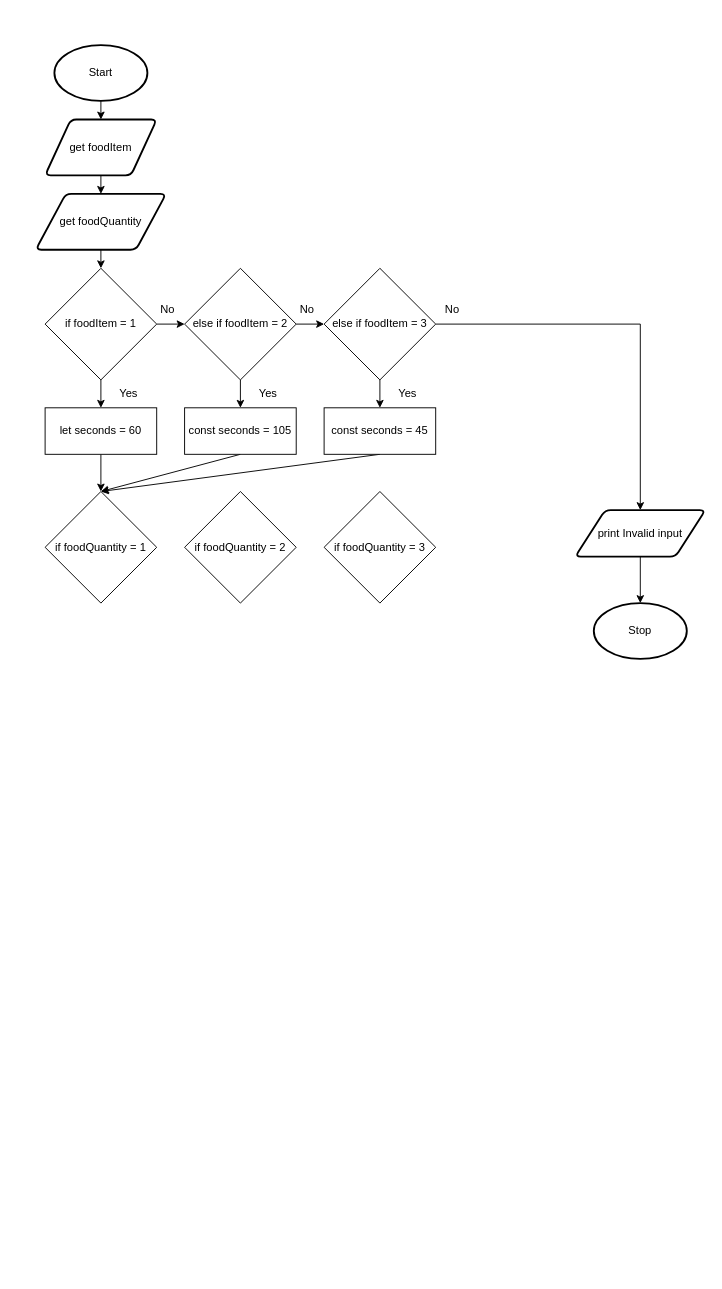
The draw.io diagram drawio/flowchart.drawio in Aidan-Lalonde-Novales/ics4u-unit-1-03-typescript, before the edit. Source tidied: cells renumbered, new cells numbered last; positions are measured from the earlier drawing's top-left corner, leaving out a move shared by most shapes. Both pictures are drawn from the tidied source at 93%, with x=0, y=0 at pixel (35, 45).
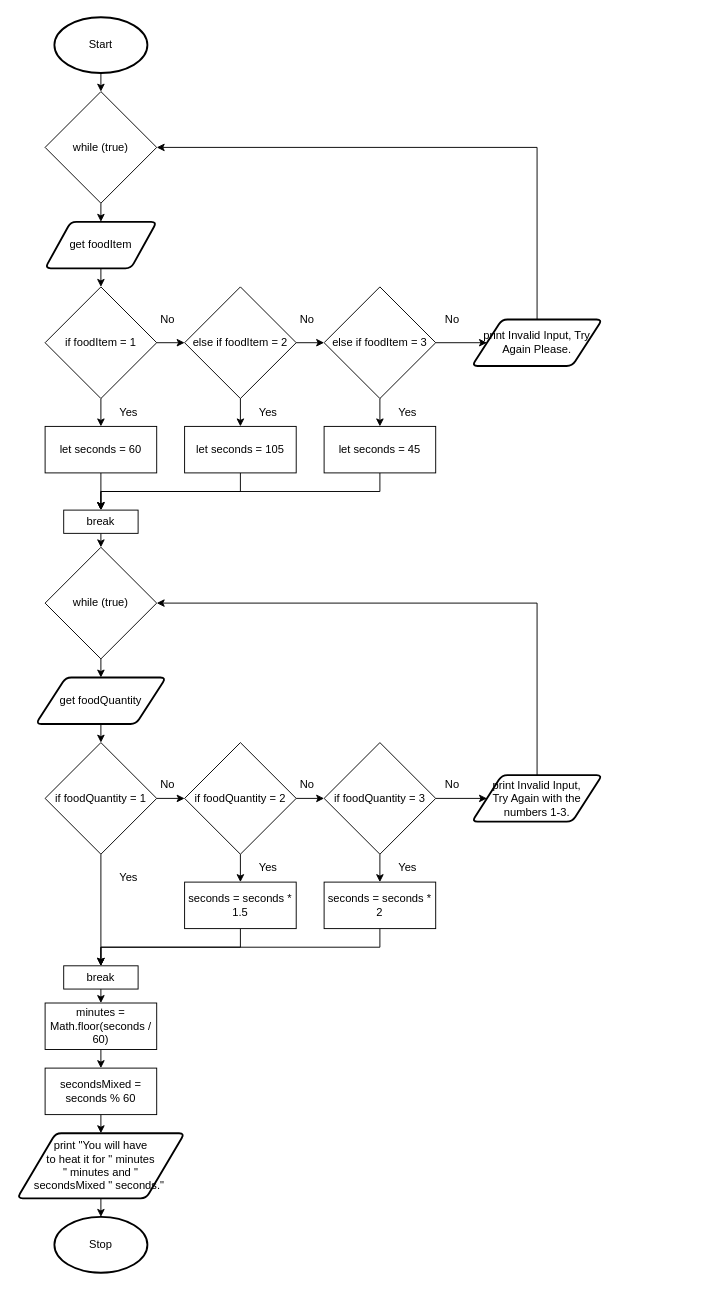
After the change.

Commit message (it also covers changes not shown here):
HOLY MACREL!

Diff of the diagram source:
```diff
@@
-    <mxCell id="2" style="edgeStyle=none;html=1;exitX=0.5;exitY=1;exitDx=0;exitDy=0;exitPerimeter=0;entryX=0.5;entryY=0;entryDx=0;entryDy=0;" parent="1" edge="1" source="3" target="5">
-      <mxGeometry relative="1" as="geometry" />
-    </mxCell>
+    <mxCell id="36" style="edgeStyle=none;html=1;exitX=0.5;exitY=1;exitDx=0;exitDy=0;exitPerimeter=0;entryX=0.5;entryY=0;entryDx=0;entryDy=0;" parent="1" edge="1" source="3" target="51">
+      <mxGeometry relative="1" as="geometry" />
+    </mxCell>
     <mxCell id="3" value="Start" style="strokeWidth=2;html=1;shape=mxgraph.flowchart.start_1;whiteSpace=wrap;" parent="1" vertex="1">
-      <mxGeometry x="20" width="100" height="60" as="geometry" />
+      <mxGeometry x="20" y="-30" width="100" height="60" as="geometry" />
     </mxCell>
-    <mxCell id="4" style="edgeStyle=none;html=1;exitX=0.5;exitY=1;exitDx=0;exitDy=0;entryX=0.5;entryY=0;entryDx=0;entryDy=0;" parent="1" edge="1" source="5" target="13">
-      <mxGeometry relative="1" as="geometry" />
-    </mxCell>
+    <mxCell id="37" style="edgeStyle=none;html=1;exitX=0.5;exitY=1;exitDx=0;exitDy=0;entryX=0.5;entryY=0;entryDx=0;entryDy=0;" parent="1" edge="1" source="5" target="9">
+      <mxGeometry relative="1" as="geometry" />
+    </mxCell>
     <mxCell id="5" value="get foodItem" style="shape=parallelogram;html=1;strokeWidth=2;perimeter=parallelogramPerimeter;whiteSpace=wrap;rounded=1;arcSize=12;size=0.23;" parent="1" vertex="1">
-      <mxGeometry x="10" y="80" width="120" height="60" as="geometry" />
+      <mxGeometry x="10" y="190" width="120" height="50" as="geometry" />
     </mxCell>
     <mxCell id="6" value="Stop" style="strokeWidth=2;html=1;shape=mxgraph.flowchart.start_1;whiteSpace=wrap;" parent="1" vertex="1">
-      <mxGeometry x="600" y="600" width="100" height="60" as="geometry" />
+      <mxGeometry x="20" y="1260" width="100" height="60" as="geometry" />
     </mxCell>
@@
     <mxCell id="9" value="if foodItem = 1" style="rhombus;whiteSpace=wrap;html=1;" parent="1" vertex="1">
-      <mxGeometry x="10" y="240" width="120" height="120" as="geometry" />
+      <mxGeometry x="10" y="260" width="120" height="120" as="geometry" />
     </mxCell>
     <mxCell id="10" value="Yes" style="text;html=1;strokeColor=none;fillColor=none;align=center;verticalAlign=middle;whiteSpace=wrap;rounded=0;" parent="1" vertex="1">
-      <mxGeometry x="80" y="360" width="40" height="30" as="geometry" />
+      <mxGeometry x="80" y="380" width="40" height="30" as="geometry" />
     </mxCell>
     <mxCell id="11" value="No" style="text;html=1;strokeColor=none;fillColor=none;align=center;verticalAlign=middle;whiteSpace=wrap;rounded=0;" parent="1" vertex="1">
-      <mxGeometry x="124" y="270" width="36" height="30" as="geometry" />
+      <mxGeometry x="124" y="280" width="36" height="30" as="geometry" />
     </mxCell>
-    <mxCell id="12" style="edgeStyle=none;html=1;exitX=0.5;exitY=1;exitDx=0;exitDy=0;entryX=0.5;entryY=0;entryDx=0;entryDy=0;" parent="1" edge="1" source="13" target="9">
-      <mxGeometry relative="1" as="geometry" />
-    </mxCell>
+    <mxCell id="38" style="edgeStyle=none;rounded=0;html=1;exitX=0.5;exitY=1;exitDx=0;exitDy=0;entryX=0.5;entryY=0;entryDx=0;entryDy=0;" parent="1" edge="1" source="13" target="33">
+      <mxGeometry relative="1" as="geometry" />
+    </mxCell>
     <mxCell id="13" value="get foodQuantity" style="shape=parallelogram;html=1;strokeWidth=2;perimeter=parallelogramPerimeter;whiteSpace=wrap;rounded=1;arcSize=12;size=0.23;" parent="1" vertex="1">
-      <mxGeometry y="160" width="140" height="60" as="geometry" />
+      <mxGeometry y="680" width="140" height="50" as="geometry" />
     </mxCell>
@@
     <mxCell id="15" value="else if foodItem = 2" style="rhombus;whiteSpace=wrap;html=1;" parent="1" vertex="1">
-      <mxGeometry x="160" y="240" width="120" height="120" as="geometry" />
+      <mxGeometry x="160" y="260" width="120" height="120" as="geometry" />
     </mxCell>
-    <mxCell id="16" style="edgeStyle=none;html=1;exitX=1;exitY=0.5;exitDx=0;exitDy=0;entryX=0.5;entryY=0;entryDx=0;entryDy=0;rounded=0;" parent="1" edge="1" source="17" target="19">
-      <mxGeometry relative="1" as="geometry">
-        <Array as="points">
-          <mxPoint x="650" y="300" />
-        </Array>
-      </mxGeometry>
+    <mxCell id="16" style="edgeStyle=none;html=1;exitX=1;exitY=0.5;exitDx=0;exitDy=0;entryX=0;entryY=0.5;entryDx=0;entryDy=0;" parent="1" edge="1" source="17" target="19">
+      <mxGeometry relative="1" as="geometry" />
     </mxCell>
     <mxCell id="17" value="else if foodItem = 3" style="rhombus;whiteSpace=wrap;html=1;" parent="1" vertex="1">
-      <mxGeometry x="310" y="240" width="120" height="120" as="geometry" />
+      <mxGeometry x="310" y="260" width="120" height="120" as="geometry" />
     </mxCell>
-    <mxCell id="18" style="edgeStyle=none;html=1;exitX=0.5;exitY=1;exitDx=0;exitDy=0;entryX=0.5;entryY=0;entryDx=0;entryDy=0;entryPerimeter=0;" parent="1" edge="1" source="19" target="6">
-      <mxGeometry relative="1" as="geometry" />
-    </mxCell>
+    <mxCell id="39" style="edgeStyle=none;html=1;exitX=0.5;exitY=0;exitDx=0;exitDy=0;entryX=1;entryY=0.5;entryDx=0;entryDy=0;rounded=0;" parent="1" edge="1" source="19" target="51">
+      <mxGeometry relative="1" as="geometry">
+        <Array as="points">
+          <mxPoint x="539" y="110" />
+        </Array>
+      </mxGeometry>
+    </mxCell>
-    <mxCell id="19" value="print Invalid input" style="shape=parallelogram;html=1;strokeWidth=2;perimeter=parallelogramPerimeter;whiteSpace=wrap;rounded=1;arcSize=12;size=0.23;" parent="1" vertex="1">
-      <mxGeometry x="580" y="500" width="140" height="50" as="geometry" />
+    <mxCell id="19" value="print Invalid Input, Try Again Please." style="shape=parallelogram;html=1;strokeWidth=2;perimeter=parallelogramPerimeter;whiteSpace=wrap;rounded=1;arcSize=12;size=0.23;" parent="1" vertex="1">
+      <mxGeometry x="469" y="295" width="140" height="50" as="geometry" />
     </mxCell>
     <mxCell id="20" value="No" style="text;html=1;strokeColor=none;fillColor=none;align=center;verticalAlign=middle;whiteSpace=wrap;rounded=0;" parent="1" vertex="1">
-      <mxGeometry x="274" y="270" width="36" height="30" as="geometry" />
+      <mxGeometry x="274" y="280" width="36" height="30" as="geometry" />
     </mxCell>
     <mxCell id="21" value="No" style="text;html=1;strokeColor=none;fillColor=none;align=center;verticalAlign=middle;whiteSpace=wrap;rounded=0;" parent="1" vertex="1">
-      <mxGeometry x="430" y="270" width="36" height="30" as="geometry" />
+      <mxGeometry x="430" y="280" width="36" height="30" as="geometry" />
     </mxCell>
-    <mxCell id="22" style="edgeStyle=none;rounded=0;html=1;exitX=0.5;exitY=1;exitDx=0;exitDy=0;entryX=0.5;entryY=0;entryDx=0;entryDy=0;" parent="1" edge="1" source="23" target="33">
-      <mxGeometry relative="1" as="geometry" />
-    </mxCell>
+    <mxCell id="40" style="edgeStyle=none;rounded=0;html=1;exitX=0.5;exitY=1;exitDx=0;exitDy=0;entryX=0.5;entryY=0;entryDx=0;entryDy=0;" parent="1" edge="1" source="23" target="55">
+      <mxGeometry relative="1" as="geometry" />
+    </mxCell>
     <mxCell id="23" value="let seconds = 60" style="rounded=0;whiteSpace=wrap;html=1;" parent="1" vertex="1">
-      <mxGeometry x="10" y="390" width="120" height="50" as="geometry" />
+      <mxGeometry x="10" y="410" width="120" height="50" as="geometry" />
     </mxCell>
     <mxCell id="24" style="edgeStyle=none;html=1;exitX=0.5;exitY=1;exitDx=0;exitDy=0;entryX=0.5;entryY=0;entryDx=0;entryDy=0;" parent="1" edge="1" target="27">
       <mxGeometry relative="1" as="geometry">
-        <mxPoint x="220" y="360" as="sourcePoint" />
+        <mxPoint x="220" y="380" as="sourcePoint" />
       </mxGeometry>
     </mxCell>
     <mxCell id="25" value="Yes" style="text;html=1;strokeColor=none;fillColor=none;align=center;verticalAlign=middle;whiteSpace=wrap;rounded=0;" parent="1" vertex="1">
-      <mxGeometry x="230" y="360" width="40" height="30" as="geometry" />
+      <mxGeometry x="230" y="380" width="40" height="30" as="geometry" />
     </mxCell>
-    <mxCell id="26" style="edgeStyle=none;rounded=0;html=1;exitX=0.5;exitY=1;exitDx=0;exitDy=0;entryX=0.5;entryY=0;entryDx=0;entryDy=0;" parent="1" edge="1" source="27" target="33">
-      <mxGeometry relative="1" as="geometry" />
-    </mxCell>
+    <mxCell id="41" style="edgeStyle=none;rounded=0;html=1;exitX=0.5;exitY=1;exitDx=0;exitDy=0;entryX=0.5;entryY=0;entryDx=0;entryDy=0;" parent="1" edge="1" source="27" target="55">
+      <mxGeometry relative="1" as="geometry">
+        <Array as="points">
+          <mxPoint x="220" y="480" />
+          <mxPoint x="70" y="480" />
+        </Array>
+      </mxGeometry>
+    </mxCell>
-    <mxCell id="27" value="const seconds = 105" style="rounded=0;whiteSpace=wrap;html=1;" parent="1" vertex="1">
-      <mxGeometry x="160" y="390" width="120" height="50" as="geometry" />
+    <mxCell id="27" value="let seconds = 105" style="rounded=0;whiteSpace=wrap;html=1;" parent="1" vertex="1">
+      <mxGeometry x="160" y="410" width="120" height="50" as="geometry" />
     </mxCell>
     <mxCell id="28" style="edgeStyle=none;html=1;exitX=0.5;exitY=1;exitDx=0;exitDy=0;entryX=0.5;entryY=0;entryDx=0;entryDy=0;" parent="1" edge="1" target="32">
       <mxGeometry relative="1" as="geometry">
-        <mxPoint x="370" y="360" as="sourcePoint" />
+        <mxPoint x="370" y="380" as="sourcePoint" />
       </mxGeometry>
     </mxCell>
@@
     <mxCell id="30" value="Yes" style="text;html=1;strokeColor=none;fillColor=none;align=center;verticalAlign=middle;whiteSpace=wrap;rounded=0;" parent="1" vertex="1">
-      <mxGeometry x="380" y="360" width="40" height="30" as="geometry" />
+      <mxGeometry x="380" y="380" width="40" height="30" as="geometry" />
     </mxCell>
-    <mxCell id="31" style="edgeStyle=none;rounded=0;html=1;exitX=0.5;exitY=1;exitDx=0;exitDy=0;" parent="1" edge="1" source="32">
-      <mxGeometry relative="1" as="geometry">
-        <mxPoint x="70" y="480" as="targetPoint" />
-      </mxGeometry>
-    </mxCell>
+    <mxCell id="42" style="edgeStyle=none;rounded=0;html=1;exitX=0.5;exitY=1;exitDx=0;exitDy=0;entryX=0.5;entryY=0;entryDx=0;entryDy=0;" parent="1" edge="1" source="32" target="55">
+      <mxGeometry relative="1" as="geometry">
+        <Array as="points">
+          <mxPoint x="370" y="480" />
+          <mxPoint x="70" y="480" />
+        </Array>
+      </mxGeometry>
+    </mxCell>
-    <mxCell id="32" value="const seconds = 45" style="rounded=0;whiteSpace=wrap;html=1;" parent="1" vertex="1">
-      <mxGeometry x="310" y="390" width="120" height="50" as="geometry" />
+    <mxCell id="32" value="let seconds = 45" style="rounded=0;whiteSpace=wrap;html=1;" parent="1" vertex="1">
+      <mxGeometry x="310" y="410" width="120" height="50" as="geometry" />
     </mxCell>
+    <mxCell id="43" style="edgeStyle=none;html=1;exitX=1;exitY=0.5;exitDx=0;exitDy=0;entryX=0;entryY=0.5;entryDx=0;entryDy=0;" parent="1" edge="1" source="33" target="34">
+      <mxGeometry relative="1" as="geometry" />
+    </mxCell>
+    <mxCell id="44" style="edgeStyle=none;rounded=0;html=1;exitX=0.5;exitY=1;exitDx=0;exitDy=0;entryX=0.5;entryY=0;entryDx=0;entryDy=0;" parent="1" edge="1" source="33" target="68">
+      <mxGeometry relative="1" as="geometry" />
+    </mxCell>
     <mxCell id="33" value="if foodQuantity = 1" style="rhombus;whiteSpace=wrap;html=1;" parent="1" vertex="1">
-      <mxGeometry x="10" y="480" width="120" height="120" as="geometry" />
+      <mxGeometry x="10" y="750" width="120" height="120" as="geometry" />
     </mxCell>
+    <mxCell id="45" style="edgeStyle=none;html=1;exitX=1;exitY=0.5;exitDx=0;exitDy=0;entryX=0;entryY=0.5;entryDx=0;entryDy=0;" parent="1" edge="1" source="34" target="35">
+      <mxGeometry relative="1" as="geometry" />
+    </mxCell>
+    <mxCell id="46" style="edgeStyle=none;rounded=0;html=1;exitX=0.5;exitY=1;exitDx=0;exitDy=0;entryX=0.5;entryY=0;entryDx=0;entryDy=0;" parent="1" edge="1" source="34" target="63">
+      <mxGeometry relative="1" as="geometry" />
+    </mxCell>
     <mxCell id="34" value="if foodQuantity = 2" style="rhombus;whiteSpace=wrap;html=1;" parent="1" vertex="1">
-      <mxGeometry x="160" y="480" width="120" height="120" as="geometry" />
+      <mxGeometry x="160" y="750" width="120" height="120" as="geometry" />
     </mxCell>
+    <mxCell id="47" style="edgeStyle=none;html=1;exitX=1;exitY=0.5;exitDx=0;exitDy=0;entryX=0;entryY=0.5;entryDx=0;entryDy=0;" parent="1" edge="1" source="35" target="59">
+      <mxGeometry relative="1" as="geometry" />
+    </mxCell>
+    <mxCell id="48" style="edgeStyle=none;rounded=0;html=1;exitX=0.5;exitY=1;exitDx=0;exitDy=0;entryX=0.5;entryY=0;entryDx=0;entryDy=0;" parent="1" edge="1" source="35" target="66">
+      <mxGeometry relative="1" as="geometry" />
+    </mxCell>
     <mxCell id="35" value="if foodQuantity = 3" style="rhombus;whiteSpace=wrap;html=1;" parent="1" vertex="1">
-      <mxGeometry x="310" y="480" width="120" height="120" as="geometry" />
+      <mxGeometry x="310" y="750" width="120" height="120" as="geometry" />
     </mxCell>
+    <mxCell id="49" value="No" style="text;html=1;strokeColor=none;fillColor=none;align=center;verticalAlign=middle;whiteSpace=wrap;rounded=0;" parent="1" vertex="1">
+      <mxGeometry x="124" y="780" width="36" height="30" as="geometry" />
+    </mxCell>
+    <mxCell id="50" style="edgeStyle=none;html=1;exitX=0.5;exitY=1;exitDx=0;exitDy=0;entryX=0.5;entryY=0;entryDx=0;entryDy=0;" parent="1" edge="1" source="51" target="5">
+      <mxGeometry relative="1" as="geometry" />
+    </mxCell>
+    <mxCell id="51" value="while (true)" style="rhombus;whiteSpace=wrap;html=1;" parent="1" vertex="1">
+      <mxGeometry x="10" y="50" width="120" height="120" as="geometry" />
+    </mxCell>
+    <mxCell id="52" value="No" style="text;html=1;strokeColor=none;fillColor=none;align=center;verticalAlign=middle;whiteSpace=wrap;rounded=0;" parent="1" vertex="1">
+      <mxGeometry x="274" y="780" width="36" height="30" as="geometry" />
+    </mxCell>
+    <mxCell id="53" value="No" style="text;html=1;strokeColor=none;fillColor=none;align=center;verticalAlign=middle;whiteSpace=wrap;rounded=0;" parent="1" vertex="1">
+      <mxGeometry x="430" y="780" width="36" height="30" as="geometry" />
+    </mxCell>
+    <mxCell id="54" style="edgeStyle=none;rounded=0;html=1;exitX=0.5;exitY=1;exitDx=0;exitDy=0;entryX=0.5;entryY=0;entryDx=0;entryDy=0;" parent="1" edge="1" source="55" target="57">
+      <mxGeometry relative="1" as="geometry" />
+    </mxCell>
+    <mxCell id="55" value="break" style="rounded=0;whiteSpace=wrap;html=1;" parent="1" vertex="1">
+      <mxGeometry x="30" y="500" width="80" height="25" as="geometry" />
+    </mxCell>
+    <mxCell id="56" style="edgeStyle=none;rounded=0;html=1;exitX=0.5;exitY=1;exitDx=0;exitDy=0;entryX=0.5;entryY=0;entryDx=0;entryDy=0;" parent="1" edge="1" source="57" target="13">
+      <mxGeometry relative="1" as="geometry" />
+    </mxCell>
+    <mxCell id="57" value="while (true)" style="rhombus;whiteSpace=wrap;html=1;" parent="1" vertex="1">
+      <mxGeometry x="10" y="540" width="120" height="120" as="geometry" />
+    </mxCell>
+    <mxCell id="58" style="edgeStyle=none;rounded=0;html=1;exitX=0.5;exitY=0;exitDx=0;exitDy=0;entryX=1;entryY=0.5;entryDx=0;entryDy=0;" parent="1" edge="1" source="59" target="57">
+      <mxGeometry relative="1" as="geometry">
+        <Array as="points">
+          <mxPoint x="539" y="600" />
+        </Array>
+      </mxGeometry>
+    </mxCell>
+    <mxCell id="59" value="print Invalid Input, &lt;br&gt;Try Again with the numbers 1-3." style="shape=parallelogram;html=1;strokeWidth=2;perimeter=parallelogramPerimeter;whiteSpace=wrap;rounded=1;arcSize=12;size=0.23;" parent="1" vertex="1">
+      <mxGeometry x="469" y="785" width="140" height="50" as="geometry" />
+    </mxCell>
+    <mxCell id="60" value="Yes" style="text;html=1;strokeColor=none;fillColor=none;align=center;verticalAlign=middle;whiteSpace=wrap;rounded=0;" parent="1" vertex="1">
+      <mxGeometry x="80" y="880" width="40" height="30" as="geometry" />
+    </mxCell>
+    <mxCell id="61" value="Yes" style="text;html=1;strokeColor=none;fillColor=none;align=center;verticalAlign=middle;whiteSpace=wrap;rounded=0;" parent="1" vertex="1">
+      <mxGeometry x="230" y="870" width="40" height="30" as="geometry" />
+    </mxCell>
+    <mxCell id="62" style="edgeStyle=none;rounded=0;html=1;exitX=0.5;exitY=1;exitDx=0;exitDy=0;entryX=0.5;entryY=0;entryDx=0;entryDy=0;" parent="1" edge="1" source="63" target="68">
+      <mxGeometry relative="1" as="geometry">
+        <Array as="points">
+          <mxPoint x="220" y="970" />
+          <mxPoint x="70" y="970" />
+        </Array>
+      </mxGeometry>
+    </mxCell>
+    <mxCell id="63" value="seconds = seconds * 1.5" style="rounded=0;whiteSpace=wrap;html=1;" parent="1" vertex="1">
+      <mxGeometry x="160" y="900" width="120" height="50" as="geometry" />
+    </mxCell>
+    <mxCell id="64" value="Yes" style="text;html=1;strokeColor=none;fillColor=none;align=center;verticalAlign=middle;whiteSpace=wrap;rounded=0;" parent="1" vertex="1">
+      <mxGeometry x="380" y="870" width="40" height="30" as="geometry" />
+    </mxCell>
+    <mxCell id="65" style="edgeStyle=none;rounded=0;html=1;exitX=0.5;exitY=1;exitDx=0;exitDy=0;entryX=0.5;entryY=0;entryDx=0;entryDy=0;" parent="1" edge="1" source="66" target="68">
+      <mxGeometry relative="1" as="geometry">
+        <Array as="points">
+          <mxPoint x="370" y="970" />
+          <mxPoint x="70" y="970" />
+        </Array>
+      </mxGeometry>
+    </mxCell>
+    <mxCell id="66" value="seconds = seconds * 2" style="rounded=0;whiteSpace=wrap;html=1;" parent="1" vertex="1">
+      <mxGeometry x="310" y="900" width="120" height="50" as="geometry" />
+    </mxCell>
+    <mxCell id="67" style="edgeStyle=none;rounded=0;html=1;exitX=0.5;exitY=1;exitDx=0;exitDy=0;entryX=0.5;entryY=0;entryDx=0;entryDy=0;" parent="1" edge="1" source="68" target="70">
+      <mxGeometry relative="1" as="geometry" />
+    </mxCell>
+    <mxCell id="68" value="break" style="rounded=0;whiteSpace=wrap;html=1;" parent="1" vertex="1">
+      <mxGeometry x="30" y="990" width="80" height="25" as="geometry" />
+    </mxCell>
+    <mxCell id="69" style="edgeStyle=none;rounded=0;html=1;" parent="1" edge="1" source="70" target="72">
+      <mxGeometry relative="1" as="geometry" />
+    </mxCell>
+    <mxCell id="70" value="minutes = Math.floor(seconds / 60)" style="rounded=0;whiteSpace=wrap;html=1;" parent="1" vertex="1">
+      <mxGeometry x="10" y="1030" width="120" height="50" as="geometry" />
+    </mxCell>
+    <mxCell id="71" style="edgeStyle=none;rounded=0;html=1;exitX=0.5;exitY=1;exitDx=0;exitDy=0;entryX=0.5;entryY=0;entryDx=0;entryDy=0;" parent="1" edge="1" source="72" target="74">
+      <mxGeometry relative="1" as="geometry" />
+    </mxCell>
+    <mxCell id="72" value="secondsMixed = seconds % 60" style="rounded=0;whiteSpace=wrap;html=1;" parent="1" vertex="1">
+      <mxGeometry x="10" y="1100" width="120" height="50" as="geometry" />
+    </mxCell>
+    <mxCell id="73" style="edgeStyle=none;rounded=0;html=1;exitX=0.5;exitY=1;exitDx=0;exitDy=0;entryX=0.5;entryY=0;entryDx=0;entryDy=0;entryPerimeter=0;" parent="1" edge="1" source="74" target="6">
+      <mxGeometry relative="1" as="geometry" />
+    </mxCell>
+    <mxCell id="74" value="print &quot;You will have &lt;br&gt;to heat it for &quot; minutes&lt;br&gt;&quot; minutes and &quot;&lt;br&gt;secondsMixed &quot; seconds.&quot;&amp;nbsp;" style="shape=parallelogram;html=1;strokeWidth=2;perimeter=parallelogramPerimeter;whiteSpace=wrap;rounded=1;arcSize=12;size=0.23;" parent="1" vertex="1">
+      <mxGeometry x="-20" y="1170" width="180" height="70" as="geometry" />
+    </mxCell>
```
